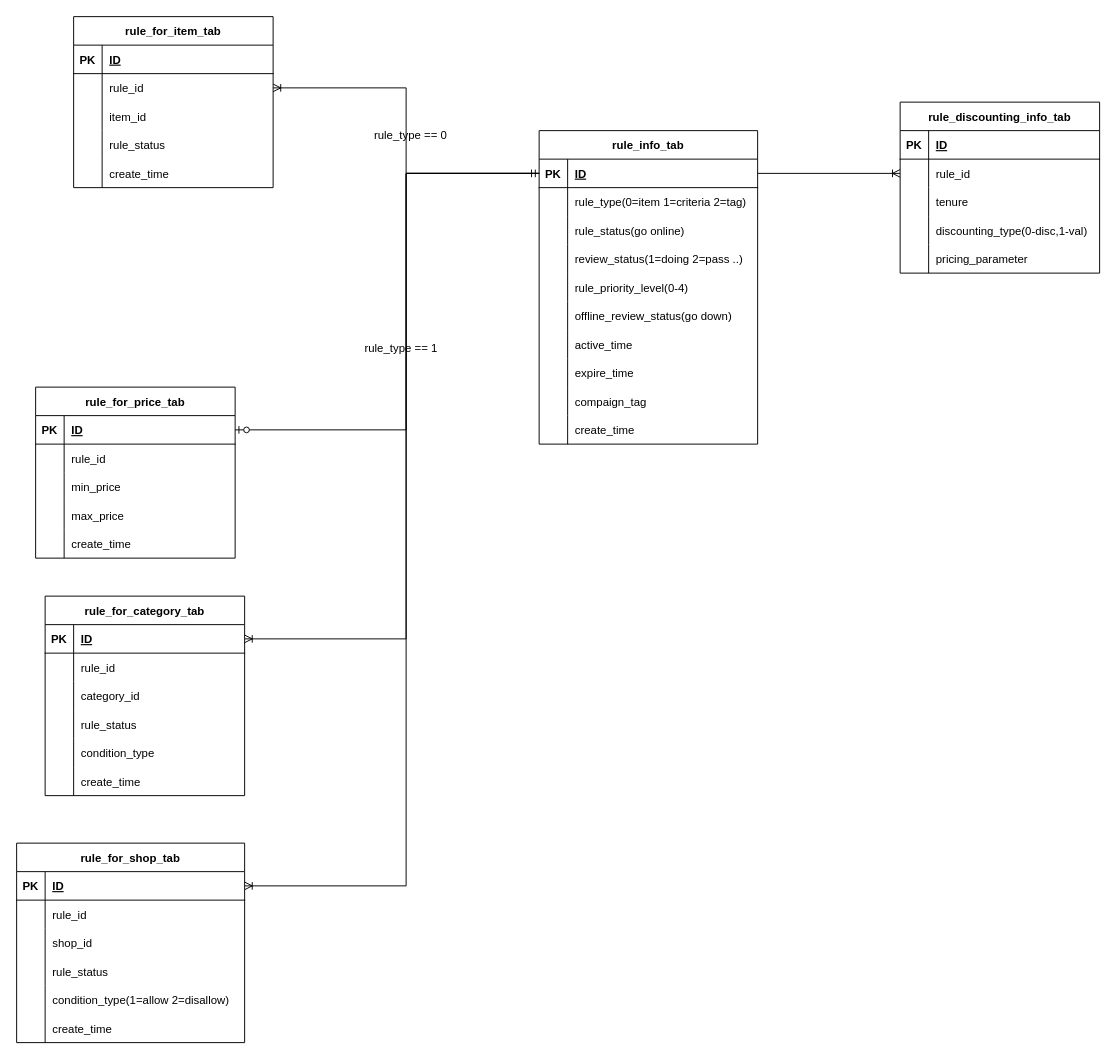
Above: page "data model" (3 of 3) of d-sp-since-2022.drawio in xhd2015/bog (draw.io), before the change. Source tidied: cells renumbered, new cells numbered last; positions are measured from the earlier drawing's top-left corner, leaving out a move shared by most shapes. Both pictures are drawn from the tidied source at 95%, with x=0, y=0 at pixel (16, 16).
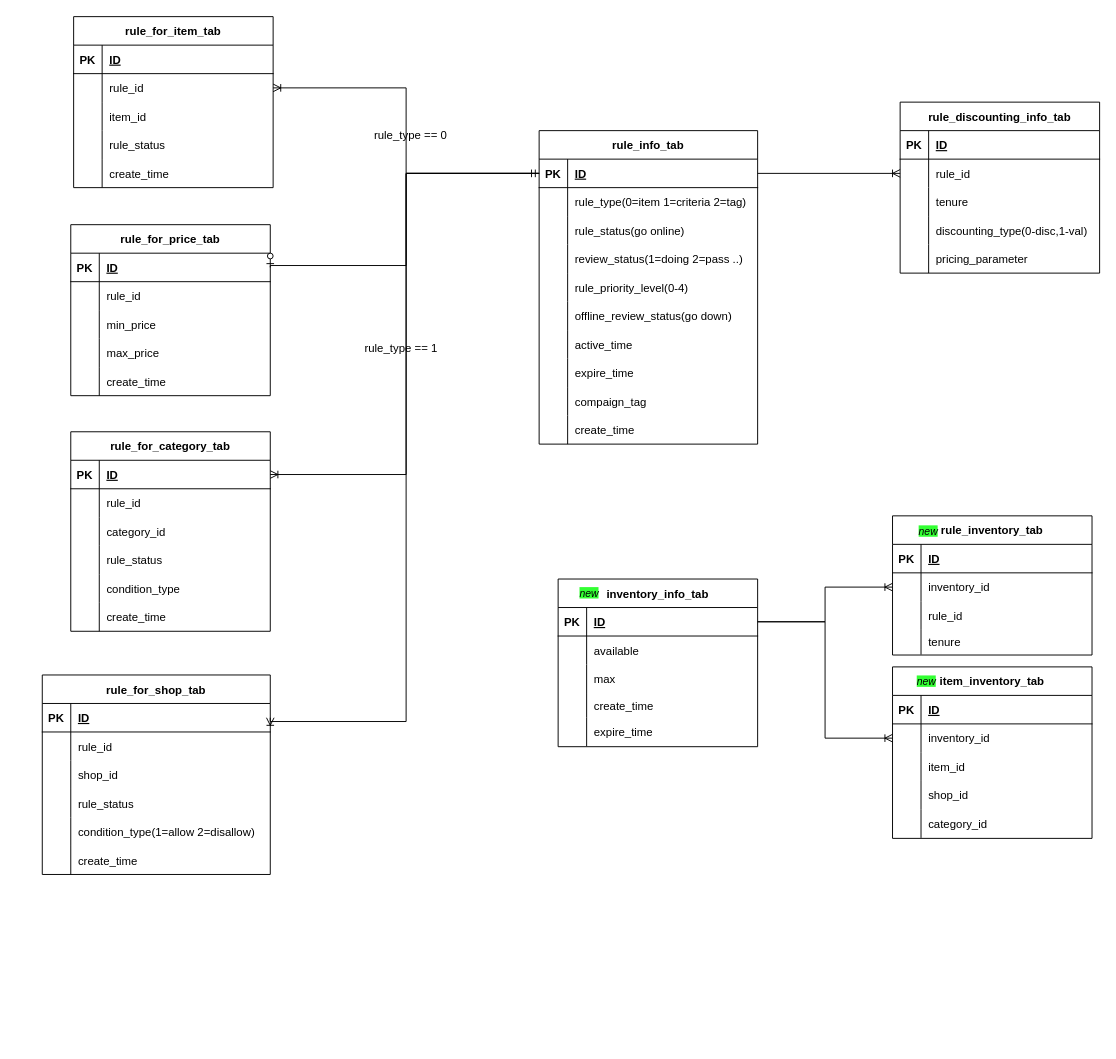
The same diagram, later.

The change refers to these unchanged cells:
```xml
<mxCell id="19" style="shape=tableRow;horizontal=0;startSize=0;swimlaneHead=0;swimlaneBody=0;fillColor=none;points=[[0,0.5],[1,0.5]];portConstraint=eastwest;top=0;left=0;right=0;bottom=1;labelBackgroundColor=none;fontColor=default;strokeColor=default;" parent="18" vertex="1">
  <mxGeometry y="30" width="230" height="30" as="geometry" />
</mxCell>
<mxCell id="69" style="shape=tableRow;horizontal=0;startSize=0;swimlaneHead=0;swimlaneBody=0;fillColor=none;points=[[0,0.5],[1,0.5]];portConstraint=eastwest;top=0;left=0;right=0;bottom=1;labelBackgroundColor=none;fontColor=default;strokeColor=default;" parent="68" vertex="1">
  <mxGeometry y="30" width="210" height="30" as="geometry" />
</mxCell>
<mxCell id="85" style="shape=tableRow;horizontal=0;startSize=0;swimlaneHead=0;swimlaneBody=0;fillColor=none;points=[[0,0.5],[1,0.5]];portConstraint=eastwest;top=0;left=0;right=0;bottom=1;labelBackgroundColor=none;fontColor=default;strokeColor=default;" parent="84" vertex="1">
  <mxGeometry y="30" width="210" height="30" as="geometry" />
</mxCell>
<mxCell id="104" style="shape=tableRow;horizontal=0;startSize=0;swimlaneHead=0;swimlaneBody=0;fillColor=none;points=[[0,0.5],[1,0.5]];portConstraint=eastwest;top=0;left=0;right=0;bottom=1;labelBackgroundColor=none;fontColor=default;strokeColor=default;" parent="103" vertex="1">
  <mxGeometry y="30" width="240" height="30" as="geometry" />
</mxCell>
```

Diff of the diagram source:
```diff
@@
     <mxCell id="68" value="rule_for_price_tab" style="shape=table;startSize=30;childLayout=tableLayout;rowLines=0;fontStyle=1;align=center;labelBackgroundColor=none;fontColor=default;strokeColor=default;fillColor=none;" parent="1" vertex="1">
-      <mxGeometry x="20" y="390" width="210" height="180" as="geometry" />
+      <mxGeometry x="57" y="219" width="210" height="180" as="geometry" />
     </mxCell>
@@
     <mxCell id="84" value="rule_for_category_tab" style="shape=table;startSize=30;childLayout=tableLayout;rowLines=0;fontStyle=1;align=center;labelBackgroundColor=none;fontColor=default;strokeColor=default;fillColor=none;" parent="1" vertex="1">
-      <mxGeometry x="30" y="610" width="210" height="210" as="geometry" />
+      <mxGeometry x="57" y="437" width="210" height="210" as="geometry" />
     </mxCell>
@@
     <mxCell id="103" value="rule_for_shop_tab" style="shape=table;startSize=30;childLayout=tableLayout;rowLines=0;fontStyle=1;align=center;labelBackgroundColor=none;fontColor=default;strokeColor=default;fillColor=none;" parent="1" vertex="1">
-      <mxGeometry y="870" width="240" height="210" as="geometry" />
+      <mxGeometry x="27" y="693" width="240" height="210" as="geometry" />
     </mxCell>
@@
     <mxCell id="122" style="edgeStyle=orthogonalEdgeStyle;fontSize=12;html=1;endArrow=ERoneToMany;rounded=0;fontColor=default;entryX=1;entryY=0.5;entryDx=0;entryDy=0;exitX=0;exitY=0.5;exitDx=0;exitDy=0;" parent="1" edge="1" source="19" target="85">
       <mxGeometry relative="1" as="geometry">
         <Array as="points">
           <mxPoint x="410" y="165" />
-          <mxPoint x="410" y="655" />
+          <mxPoint x="410" y="482" />
         </Array>
       </mxGeometry>
     </mxCell>
     <mxCell id="123" style="edgeStyle=orthogonalEdgeStyle;fontSize=12;html=1;endArrow=ERoneToMany;rounded=0;fontColor=default;exitX=0;exitY=0.5;exitDx=0;exitDy=0;entryX=1;entryY=0.5;entryDx=0;entryDy=0;" parent="1" edge="1" source="19" target="104">
       <mxGeometry relative="1" as="geometry">
         <Array as="points">
           <mxPoint x="410" y="165" />
-          <mxPoint x="410" y="915" />
+          <mxPoint x="410" y="742" />
         </Array>
       </mxGeometry>
     </mxCell>
@@
     <mxCell id="125" style="edgeStyle=orthogonalEdgeStyle;fontSize=12;html=1;endArrow=ERzeroToOne;startArrow=ERmandOne;rounded=0;fontColor=default;exitX=0;exitY=0.5;exitDx=0;exitDy=0;entryX=1;entryY=0.5;entryDx=0;entryDy=0;" parent="1" edge="1" source="19" target="69">
       <mxGeometry relative="1" as="geometry">
         <Array as="points">
           <mxPoint x="410" y="165" />
-          <mxPoint x="410" y="435" />
+          <mxPoint x="410" y="262" />
         </Array>
       </mxGeometry>
     </mxCell>
+    <mxCell id="126" value="inventory_info_tab" style="shape=table;startSize=30;childLayout=tableLayout;rowLines=0;fontStyle=1;align=center;labelBackgroundColor=none;fontColor=default;strokeColor=default;fillColor=none;" parent="1" vertex="1">
+      <mxGeometry x="570" y="592" width="210" height="176.5" as="geometry" />
+    </mxCell>
+    <mxCell id="127" style="shape=tableRow;horizontal=0;startSize=0;swimlaneHead=0;swimlaneBody=0;fillColor=none;points=[[0,0.5],[1,0.5]];portConstraint=eastwest;top=0;left=0;right=0;bottom=1;labelBackgroundColor=none;fontColor=default;strokeColor=default;" parent="126" vertex="1">
+      <mxGeometry y="30" width="210" height="30" as="geometry" />
+    </mxCell>
+    <mxCell id="128" value="PK" style="shape=partialRectangle;fillColor=none;top=0;left=0;bottom=0;right=0;fontStyle=1;overflow=hidden;labelBackgroundColor=none;fontColor=default;strokeColor=default;" parent="127" vertex="1">
+      <mxGeometry width="30" height="30" as="geometry" />
+    </mxCell>
+    <mxCell id="129" value="ID" style="shape=partialRectangle;fillColor=none;top=0;left=0;bottom=0;right=0;align=left;spacingLeft=6;fontStyle=5;overflow=hidden;labelBackgroundColor=none;fontColor=default;strokeColor=default;" parent="127" vertex="1">
+      <mxGeometry x="30" width="180" height="30" as="geometry" />
+    </mxCell>
+    <mxCell id="130" style="shape=tableRow;horizontal=0;startSize=0;swimlaneHead=0;swimlaneBody=0;fillColor=none;top=0;left=0;right=0;bottom=0;labelBackgroundColor=none;fontColor=default;strokeColor=default;" parent="126" vertex="1">
+      <mxGeometry y="60" width="210" height="30" as="geometry" />
+    </mxCell>
+    <mxCell id="131" style="shape=partialRectangle;fillColor=none;top=0;left=0;bottom=0;right=0;overflow=hidden;labelBackgroundColor=none;fontColor=default;strokeColor=default;" parent="130" vertex="1">
+      <mxGeometry width="30" height="30" as="geometry" />
+    </mxCell>
+    <mxCell id="132" value="available" style="shape=partialRectangle;fillColor=none;top=0;left=0;bottom=0;right=0;align=left;spacingLeft=6;overflow=hidden;labelBackgroundColor=none;fontColor=default;strokeColor=default;" parent="130" vertex="1">
+      <mxGeometry x="30" width="180" height="30" as="geometry" />
+    </mxCell>
+    <mxCell id="133" style="shape=tableRow;horizontal=0;startSize=0;swimlaneHead=0;swimlaneBody=0;fillColor=none;top=0;left=0;right=0;bottom=0;labelBackgroundColor=none;fontColor=default;strokeColor=default;" parent="126" vertex="1">
+      <mxGeometry y="90" width="210" height="30" as="geometry" />
+    </mxCell>
+    <mxCell id="134" style="shape=partialRectangle;fillColor=none;top=0;left=0;bottom=0;right=0;overflow=hidden;labelBackgroundColor=none;fontColor=default;strokeColor=default;" parent="133" vertex="1">
+      <mxGeometry width="30" height="30" as="geometry" />
+    </mxCell>
+    <mxCell id="135" value="max" style="shape=partialRectangle;fillColor=none;top=0;left=0;bottom=0;right=0;align=left;spacingLeft=6;overflow=hidden;labelBackgroundColor=none;fontColor=default;strokeColor=default;" parent="133" vertex="1">
+      <mxGeometry x="30" width="180" height="30" as="geometry" />
+    </mxCell>
+    <mxCell id="136" style="shape=tableRow;horizontal=0;startSize=0;swimlaneHead=0;swimlaneBody=0;fillColor=none;top=0;left=0;right=0;bottom=0;labelBackgroundColor=none;fontColor=default;strokeColor=default;" parent="126" vertex="1">
+      <mxGeometry y="120" width="210" height="26" as="geometry" />
+    </mxCell>
+    <mxCell id="137" style="shape=partialRectangle;fillColor=none;top=0;left=0;bottom=0;right=0;overflow=hidden;labelBackgroundColor=none;fontColor=default;strokeColor=default;" parent="136" vertex="1">
+      <mxGeometry width="30" height="26" as="geometry" />
+    </mxCell>
+    <mxCell id="138" value="create_time" style="shape=partialRectangle;fillColor=none;top=0;left=0;bottom=0;right=0;align=left;spacingLeft=6;overflow=hidden;labelBackgroundColor=none;fontColor=default;strokeColor=default;" parent="136" vertex="1">
+      <mxGeometry x="30" width="180" height="26" as="geometry" />
+    </mxCell>
+    <mxCell id="139" style="shape=tableRow;horizontal=0;startSize=0;swimlaneHead=0;swimlaneBody=0;fillColor=none;top=0;left=0;right=0;bottom=0;labelBackgroundColor=none;fontColor=default;strokeColor=default;" parent="126" vertex="1">
+      <mxGeometry y="146" width="210" height="30" as="geometry" />
+    </mxCell>
+    <mxCell id="140" style="shape=partialRectangle;fillColor=none;top=0;left=0;bottom=0;right=0;overflow=hidden;labelBackgroundColor=none;fontColor=default;strokeColor=default;" parent="139" vertex="1">
+      <mxGeometry width="30" height="30" as="geometry" />
+    </mxCell>
+    <mxCell id="141" value="expire_time" style="shape=partialRectangle;fillColor=none;top=0;left=0;bottom=0;right=0;align=left;spacingLeft=6;overflow=hidden;labelBackgroundColor=none;fontColor=default;strokeColor=default;" parent="139" vertex="1">
+      <mxGeometry x="30" width="180" height="30" as="geometry" />
+    </mxCell>
+    <mxCell id="142" value="rule_inventory_tab" style="shape=table;startSize=30;childLayout=tableLayout;rowLines=0;fontStyle=1;align=center;labelBackgroundColor=none;fontColor=default;strokeColor=default;fillColor=none;" parent="1" vertex="1">
+      <mxGeometry x="922" y="525.5" width="210" height="146.5" as="geometry" />
+    </mxCell>
+    <mxCell id="143" style="shape=tableRow;horizontal=0;startSize=0;swimlaneHead=0;swimlaneBody=0;fillColor=none;top=0;left=0;right=0;bottom=1;labelBackgroundColor=none;fontColor=default;strokeColor=default;" parent="142" vertex="1">
+      <mxGeometry y="30" width="210" height="30" as="geometry" />
+    </mxCell>
+    <mxCell id="144" value="PK" style="shape=partialRectangle;fillColor=none;top=0;left=0;bottom=0;right=0;fontStyle=1;overflow=hidden;labelBackgroundColor=none;fontColor=default;strokeColor=default;" parent="143" vertex="1">
+      <mxGeometry width="30" height="30" as="geometry" />
+    </mxCell>
+    <mxCell id="145" value="ID" style="shape=partialRectangle;fillColor=none;top=0;left=0;bottom=0;right=0;align=left;spacingLeft=6;fontStyle=5;overflow=hidden;labelBackgroundColor=none;fontColor=default;strokeColor=default;" parent="143" vertex="1">
+      <mxGeometry x="30" width="180" height="30" as="geometry" />
+    </mxCell>
+    <mxCell id="146" style="shape=tableRow;horizontal=0;startSize=0;swimlaneHead=0;swimlaneBody=0;fillColor=none;points=[[0,0.5],[1,0.5]];portConstraint=eastwest;top=0;left=0;right=0;bottom=0;labelBackgroundColor=none;fontColor=default;strokeColor=default;" parent="142" vertex="1">
+      <mxGeometry y="60" width="210" height="30" as="geometry" />
+    </mxCell>
+    <mxCell id="147" style="shape=partialRectangle;fillColor=none;top=0;left=0;bottom=0;right=0;overflow=hidden;labelBackgroundColor=none;fontColor=default;strokeColor=default;" parent="146" vertex="1">
+      <mxGeometry width="30" height="30" as="geometry" />
+    </mxCell>
+    <mxCell id="148" value="inventory_id" style="shape=partialRectangle;fillColor=none;top=0;left=0;bottom=0;right=0;align=left;spacingLeft=6;overflow=hidden;labelBackgroundColor=none;fontColor=default;strokeColor=default;" parent="146" vertex="1">
+      <mxGeometry x="30" width="180" height="30" as="geometry" />
+    </mxCell>
+    <mxCell id="149" style="shape=tableRow;horizontal=0;startSize=0;swimlaneHead=0;swimlaneBody=0;fillColor=none;top=0;left=0;right=0;bottom=0;labelBackgroundColor=none;fontColor=default;strokeColor=default;" parent="142" vertex="1">
+      <mxGeometry y="90" width="210" height="30" as="geometry" />
+    </mxCell>
+    <mxCell id="150" style="shape=partialRectangle;fillColor=none;top=0;left=0;bottom=0;right=0;overflow=hidden;labelBackgroundColor=none;fontColor=default;strokeColor=default;" parent="149" vertex="1">
+      <mxGeometry width="30" height="30" as="geometry" />
+    </mxCell>
+    <mxCell id="151" value="rule_id" style="shape=partialRectangle;fillColor=none;top=0;left=0;bottom=0;right=0;align=left;spacingLeft=6;overflow=hidden;labelBackgroundColor=none;fontColor=default;strokeColor=default;" parent="149" vertex="1">
+      <mxGeometry x="30" width="180" height="30" as="geometry" />
+    </mxCell>
+    <mxCell id="152" style="shape=tableRow;horizontal=0;startSize=0;swimlaneHead=0;swimlaneBody=0;fillColor=none;top=0;left=0;right=0;bottom=0;labelBackgroundColor=none;fontColor=default;strokeColor=default;" parent="142" vertex="1">
+      <mxGeometry y="120" width="210" height="26" as="geometry" />
+    </mxCell>
+    <mxCell id="153" style="shape=partialRectangle;fillColor=none;top=0;left=0;bottom=0;right=0;overflow=hidden;labelBackgroundColor=none;fontColor=default;strokeColor=default;" parent="152" vertex="1">
+      <mxGeometry width="30" height="26" as="geometry" />
+    </mxCell>
+    <mxCell id="154" value="tenure" style="shape=partialRectangle;fillColor=none;top=0;left=0;bottom=0;right=0;align=left;spacingLeft=6;overflow=hidden;labelBackgroundColor=none;fontColor=default;strokeColor=default;" parent="152" vertex="1">
+      <mxGeometry x="30" width="180" height="26" as="geometry" />
+    </mxCell>
+    <mxCell id="155" value="item_inventory_tab" style="shape=table;startSize=30;childLayout=tableLayout;rowLines=0;fontStyle=1;align=center;labelBackgroundColor=none;fontColor=default;strokeColor=default;fillColor=none;" parent="1" vertex="1">
+      <mxGeometry x="922" y="684.5" width="210" height="180.5" as="geometry" />
+    </mxCell>
+    <mxCell id="156" style="shape=tableRow;horizontal=0;startSize=0;swimlaneHead=0;swimlaneBody=0;fillColor=none;top=0;left=0;right=0;bottom=1;labelBackgroundColor=none;fontColor=default;strokeColor=default;" parent="155" vertex="1">
+      <mxGeometry y="30" width="210" height="30" as="geometry" />
+    </mxCell>
+    <mxCell id="157" value="PK" style="shape=partialRectangle;fillColor=none;top=0;left=0;bottom=0;right=0;fontStyle=1;overflow=hidden;labelBackgroundColor=none;fontColor=default;strokeColor=default;" parent="156" vertex="1">
+      <mxGeometry width="30" height="30" as="geometry" />
+    </mxCell>
+    <mxCell id="158" value="ID" style="shape=partialRectangle;fillColor=none;top=0;left=0;bottom=0;right=0;align=left;spacingLeft=6;fontStyle=5;overflow=hidden;labelBackgroundColor=none;fontColor=default;strokeColor=default;" parent="156" vertex="1">
+      <mxGeometry x="30" width="180" height="30" as="geometry" />
+    </mxCell>
+    <mxCell id="159" style="shape=tableRow;horizontal=0;startSize=0;swimlaneHead=0;swimlaneBody=0;fillColor=none;points=[[0,0.5],[1,0.5]];portConstraint=eastwest;top=0;left=0;right=0;bottom=0;labelBackgroundColor=none;fontColor=default;strokeColor=default;" parent="155" vertex="1">
+      <mxGeometry y="60" width="210" height="30" as="geometry" />
+    </mxCell>
+    <mxCell id="160" style="shape=partialRectangle;fillColor=none;top=0;left=0;bottom=0;right=0;overflow=hidden;labelBackgroundColor=none;fontColor=default;strokeColor=default;" parent="159" vertex="1">
+      <mxGeometry width="30" height="30" as="geometry" />
+    </mxCell>
+    <mxCell id="161" value="inventory_id" style="shape=partialRectangle;fillColor=none;top=0;left=0;bottom=0;right=0;align=left;spacingLeft=6;overflow=hidden;labelBackgroundColor=none;fontColor=default;strokeColor=default;" parent="159" vertex="1">
+      <mxGeometry x="30" width="180" height="30" as="geometry" />
+    </mxCell>
+    <mxCell id="162" style="shape=tableRow;horizontal=0;startSize=0;swimlaneHead=0;swimlaneBody=0;fillColor=none;top=0;left=0;right=0;bottom=0;labelBackgroundColor=none;fontColor=default;strokeColor=default;" parent="155" vertex="1">
+      <mxGeometry y="90" width="210" height="30" as="geometry" />
+    </mxCell>
+    <mxCell id="163" style="shape=partialRectangle;fillColor=none;top=0;left=0;bottom=0;right=0;overflow=hidden;labelBackgroundColor=none;fontColor=default;strokeColor=default;" parent="162" vertex="1">
+      <mxGeometry width="30" height="30" as="geometry" />
+    </mxCell>
+    <mxCell id="164" value="item_id" style="shape=partialRectangle;fillColor=none;top=0;left=0;bottom=0;right=0;align=left;spacingLeft=6;overflow=hidden;labelBackgroundColor=none;fontColor=default;strokeColor=default;" parent="162" vertex="1">
+      <mxGeometry x="30" width="180" height="30" as="geometry" />
+    </mxCell>
+    <mxCell id="165" style="shape=tableRow;horizontal=0;startSize=0;swimlaneHead=0;swimlaneBody=0;fillColor=none;top=0;left=0;right=0;bottom=0;labelBackgroundColor=none;fontColor=default;strokeColor=default;" parent="155" vertex="1">
+      <mxGeometry y="120" width="210" height="30" as="geometry" />
+    </mxCell>
+    <mxCell id="166" style="shape=partialRectangle;fillColor=none;top=0;left=0;bottom=0;right=0;overflow=hidden;labelBackgroundColor=none;fontColor=default;strokeColor=default;" parent="165" vertex="1">
+      <mxGeometry width="30" height="30" as="geometry" />
+    </mxCell>
+    <mxCell id="167" value="shop_id" style="shape=partialRectangle;fillColor=none;top=0;left=0;bottom=0;right=0;align=left;spacingLeft=6;overflow=hidden;labelBackgroundColor=none;fontColor=default;strokeColor=default;" parent="165" vertex="1">
+      <mxGeometry x="30" width="180" height="30" as="geometry" />
+    </mxCell>
+    <mxCell id="168" style="shape=tableRow;horizontal=0;startSize=0;swimlaneHead=0;swimlaneBody=0;fillColor=none;top=0;left=0;right=0;bottom=0;labelBackgroundColor=none;fontColor=default;strokeColor=default;" parent="155" vertex="1">
+      <mxGeometry y="150" width="210" height="30" as="geometry" />
+    </mxCell>
+    <mxCell id="169" style="shape=partialRectangle;fillColor=none;top=0;left=0;bottom=0;right=0;overflow=hidden;labelBackgroundColor=none;fontColor=default;strokeColor=default;" parent="168" vertex="1">
+      <mxGeometry width="30" height="30" as="geometry" />
+    </mxCell>
+    <mxCell id="170" value="category_id" style="shape=partialRectangle;fillColor=none;top=0;left=0;bottom=0;right=0;align=left;spacingLeft=6;overflow=hidden;labelBackgroundColor=none;fontColor=default;strokeColor=default;" parent="168" vertex="1">
+      <mxGeometry x="30" width="180" height="30" as="geometry" />
+    </mxCell>
+    <mxCell id="171" style="edgeStyle=orthogonalEdgeStyle;fontSize=12;html=1;endArrow=ERoneToMany;rounded=0;fontColor=default;entryX=0;entryY=0.5;entryDx=0;entryDy=0;exitX=1;exitY=0.5;exitDx=0;exitDy=0;" parent="1" edge="1" source="127" target="146">
+      <mxGeometry relative="1" as="geometry" />
+    </mxCell>
+    <mxCell id="172" style="edgeStyle=orthogonalEdgeStyle;fontSize=12;html=1;endArrow=ERoneToMany;rounded=0;fontColor=default;entryX=0;entryY=0.5;entryDx=0;entryDy=0;exitX=1;exitY=0.5;exitDx=0;exitDy=0;" parent="1" edge="1" source="127" target="159">
+      <mxGeometry relative="1" as="geometry" />
+    </mxCell>
+    <mxCell id="173" value="&lt;i&gt;&lt;font style=&quot;background-color: rgb(51 , 255 , 51) ; font-size: 11px&quot;&gt;new&lt;/font&gt;&lt;/i&gt;" style="text;html=1;strokeColor=none;fillColor=none;align=center;verticalAlign=middle;whiteSpace=wrap;rounded=0;labelBackgroundColor=none;fontFamily=Helvetica;fontSize=11;fontColor=default;" parent="1" vertex="1">
+      <mxGeometry x="573" y="592" width="60" height="30" as="geometry" />
+    </mxCell>
+    <mxCell id="174" value="&lt;i&gt;&lt;font style=&quot;background-color: rgb(51 , 255 , 51)&quot;&gt;new&lt;/font&gt;&lt;/i&gt;" style="text;html=1;strokeColor=none;fillColor=none;align=center;verticalAlign=middle;whiteSpace=wrap;rounded=0;labelBackgroundColor=none;fontFamily=Helvetica;fontSize=11;fontColor=default;" parent="1" vertex="1">
+      <mxGeometry x="928" y="684.5" width="60" height="30" as="geometry" />
+    </mxCell>
+    <mxCell id="175" value="&lt;i&gt;&lt;font style=&quot;background-color: rgb(51 , 255 , 51)&quot;&gt;new&lt;/font&gt;&lt;/i&gt;" style="text;html=1;strokeColor=none;fillColor=none;align=center;verticalAlign=middle;whiteSpace=wrap;rounded=0;labelBackgroundColor=none;fontFamily=Helvetica;fontSize=11;fontColor=default;" parent="1" vertex="1">
+      <mxGeometry x="930" y="527" width="60" height="30" as="geometry" />
+    </mxCell>
```
